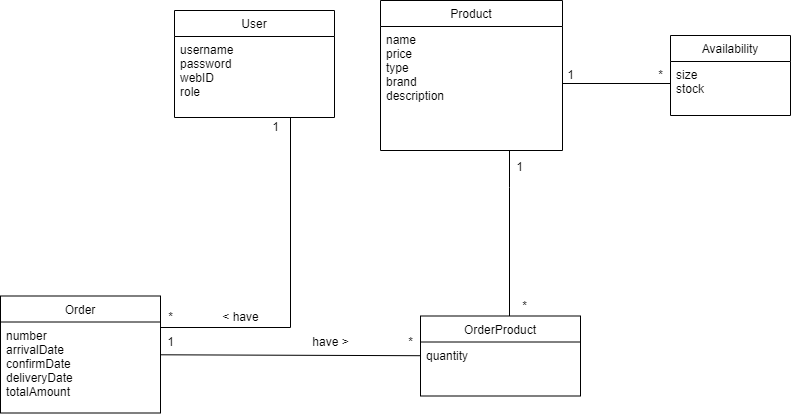
Earlier version of the draw.io export images/domain_model.png (Arquisoft/dede_es5a). Source tidied: cells renumbered, new cells last; positions are measured from the earlier drawing's top-left corner, leaving out a move shared by most shapes.
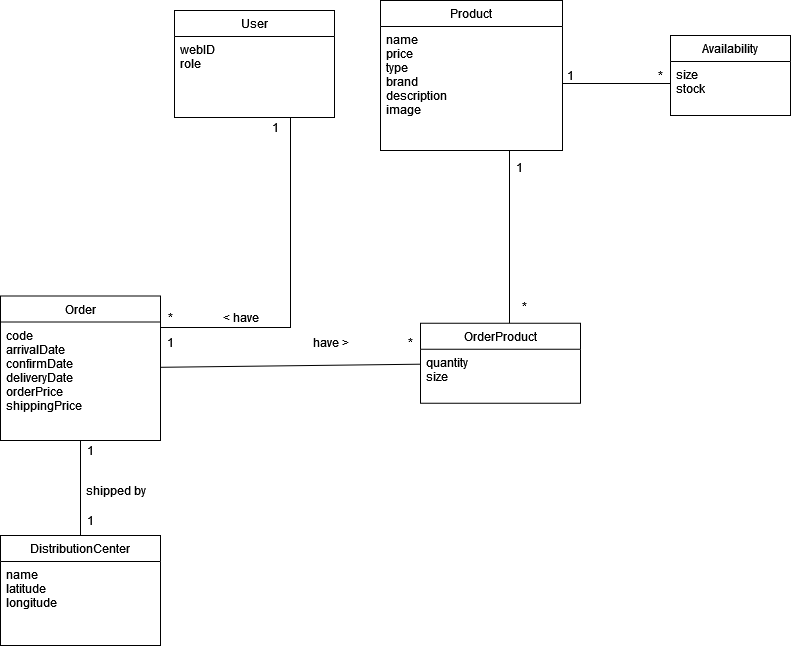
The same diagram one commit later.

What changed in the source:
```diff
@@ -5,14 +5,17 @@
     <mxCell id="2" value="User" style="swimlane;fontStyle=0;align=center;verticalAlign=top;horizontal=1;startSize=26;rounded=0;shadow=0;strokeWidth=1;" parent="1" vertex="1">
       <mxGeometry x="174" y="10" width="160" height="107" as="geometry" />
     </mxCell>
-    <mxCell id="3" value="username&#10;password&#10;webID&#10;role" style="text;align=left;verticalAlign=top;spacingLeft=4;spacingRight=4;overflow=hidden;" parent="2" vertex="1">
+    <mxCell id="3" value="webID&#10;role" style="text;align=left;verticalAlign=top;spacingLeft=4;spacingRight=4;overflow=hidden;" parent="2" vertex="1">
       <mxGeometry y="26" width="160" height="74" as="geometry" />
     </mxCell>
+    <mxCell id="26" style="edgeStyle=orthogonalEdgeStyle;rounded=0;jettySize=auto;html=1;exitX=0.5;exitY=1;exitDx=0;exitDy=0;entryX=0.5;entryY=0;entryDx=0;entryDy=0;endArrow=none;endFill=0;" parent="1" edge="1" source="4" target="27">
+      <mxGeometry relative="1" as="geometry" />
+    </mxCell>
     <mxCell id="4" value="Order" style="swimlane;fontStyle=0;align=center;verticalAlign=top;horizontal=1;startSize=26;rounded=0;shadow=0;strokeWidth=1;" parent="1" vertex="1">
-      <mxGeometry y="295.5" width="160" height="117" as="geometry" />
+      <mxGeometry y="295.5" width="160" height="144.5" as="geometry" />
     </mxCell>
-    <mxCell id="5" value="number&#10;arrivalDate&#10;confirmDate&#10;deliveryDate&#10;totalAmount" style="text;align=left;verticalAlign=top;spacingLeft=4;spacingRight=4;overflow=hidden;fontStyle=0;" parent="4" vertex="1">
-      <mxGeometry y="26" width="160" height="84" as="geometry" />
+    <mxCell id="5" value="code&#10;arrivalDate&#10;confirmDate&#10;deliveryDate&#10;orderPrice&#10;shippingPrice&#10;" style="text;align=left;verticalAlign=top;spacingLeft=4;spacingRight=4;overflow=hidden;fontStyle=0;" parent="4" vertex="1">
+      <mxGeometry y="26" width="160" height="100" as="geometry" />
     </mxCell>
     <mxCell id="6" style="endArrow=none;endSize=10;endFill=0;shadow=0;strokeWidth=1;rounded=0;edgeStyle=elbowEdgeStyle;elbow=vertical;" parent="1" edge="1" source="4" target="2">
       <mxGeometry relative="1" as="geometry">
@@ -24,13 +27,12 @@
     <mxCell id="7" value="Product" style="swimlane;fontStyle=0;align=center;verticalAlign=top;horizontal=1;startSize=26;rounded=0;shadow=0;strokeWidth=1;" parent="1" vertex="1">
       <mxGeometry x="380" width="182" height="150" as="geometry" />
     </mxCell>
-    <mxCell id="8" value="name&#10;price&#10;type&#10;brand&#10;description&#10;" style="text;align=left;verticalAlign=top;spacingLeft=4;spacingRight=4;overflow=hidden;points=[[0,0.5],[1,0.5]];portConstraint=eastwest;" parent="7" vertex="1">
+    <mxCell id="8" value="name&#10;price&#10;type&#10;brand&#10;description&#10;image" style="text;align=left;verticalAlign=top;spacingLeft=4;spacingRight=4;overflow=hidden;points=[[0,0.5],[1,0.5]];portConstraint=eastwest;" parent="7" vertex="1">
       <mxGeometry y="26" width="182" height="114" as="geometry" />
     </mxCell>
     <mxCell id="9" style="endArrow=none;endSize=10;endFill=0;shadow=0;strokeWidth=1;rounded=0;edgeStyle=elbowEdgeStyle;elbow=vertical;" parent="1" edge="1" source="15" target="7">
       <mxGeometry relative="1" as="geometry">
         <Array as="points">
-          <mxPoint x="509" y="187" />
           <mxPoint x="509" y="217" />
         </Array>
       </mxGeometry>
@@ -51,10 +53,10 @@
       <mxGeometry x="400" y="332" width="20" height="20" as="geometry" />
     </mxCell>
     <mxCell id="15" value="OrderProduct" style="swimlane;fontStyle=0;align=center;verticalAlign=top;horizontal=1;startSize=26;rounded=0;shadow=0;strokeWidth=1;" parent="1" vertex="1">
-      <mxGeometry x="420" y="315.5" width="160" height="80" as="geometry" />
+      <mxGeometry x="420" y="322.8" width="160" height="80" as="geometry" />
     </mxCell>
-    <mxCell id="16" value="quantity" style="text;align=left;verticalAlign=top;spacingLeft=4;spacingRight=4;overflow=hidden;fontStyle=0;" parent="15" vertex="1">
-      <mxGeometry y="26" width="160" height="24" as="geometry" />
+    <mxCell id="16" value="quantity&#10;size" style="text;align=left;verticalAlign=top;spacingLeft=4;spacingRight=4;overflow=hidden;fontStyle=0;" parent="15" vertex="1">
+      <mxGeometry y="26" width="160" height="34" as="geometry" />
     </mxCell>
     <mxCell id="17" style="endArrow=none;html=1;rounded=0;" parent="1" edge="1" source="4" target="15">
       <mxGeometry relative="1" as="geometry" />
@@ -83,5 +85,20 @@
     <mxCell id="25" value="1" style="text;html=1;align=center;verticalAlign=middle;strokeColor=none;fillColor=none;hachureGap=4;" parent="1" vertex="1">
       <mxGeometry x="560" y="65" width="20" height="20" as="geometry" />
     </mxCell>
+    <mxCell id="27" value="DistributionCenter" style="swimlane;fontStyle=0;align=center;verticalAlign=top;horizontal=1;startSize=26;rounded=0;shadow=0;strokeWidth=1;" parent="1" vertex="1">
+      <mxGeometry y="535" width="160" height="110" as="geometry" />
+    </mxCell>
+    <mxCell id="28" value="name&#10;latitude&#10;longitude" style="text;align=left;verticalAlign=top;spacingLeft=4;spacingRight=4;overflow=hidden;fontStyle=0;" parent="27" vertex="1">
+      <mxGeometry y="26" width="160" height="54" as="geometry" />
+    </mxCell>
+    <mxCell id="29" value="1" style="text;html=1;align=center;verticalAlign=middle;strokeColor=none;fillColor=none;" parent="1" vertex="1">
+      <mxGeometry x="80" y="440" width="20" height="20" as="geometry" />
+    </mxCell>
+    <mxCell id="30" value="1" style="text;html=1;align=center;verticalAlign=middle;strokeColor=none;fillColor=none;" parent="1" vertex="1">
+      <mxGeometry x="80" y="510" width="20" height="20" as="geometry" />
+    </mxCell>
+    <mxCell id="31" value="shipped by" style="text;html=1;align=center;verticalAlign=middle;strokeColor=none;fillColor=none;" parent="1" vertex="1">
+      <mxGeometry x="80" y="480" width="70" height="20" as="geometry" />
+    </mxCell>
   </root>
 </mxGraphModel>
```
